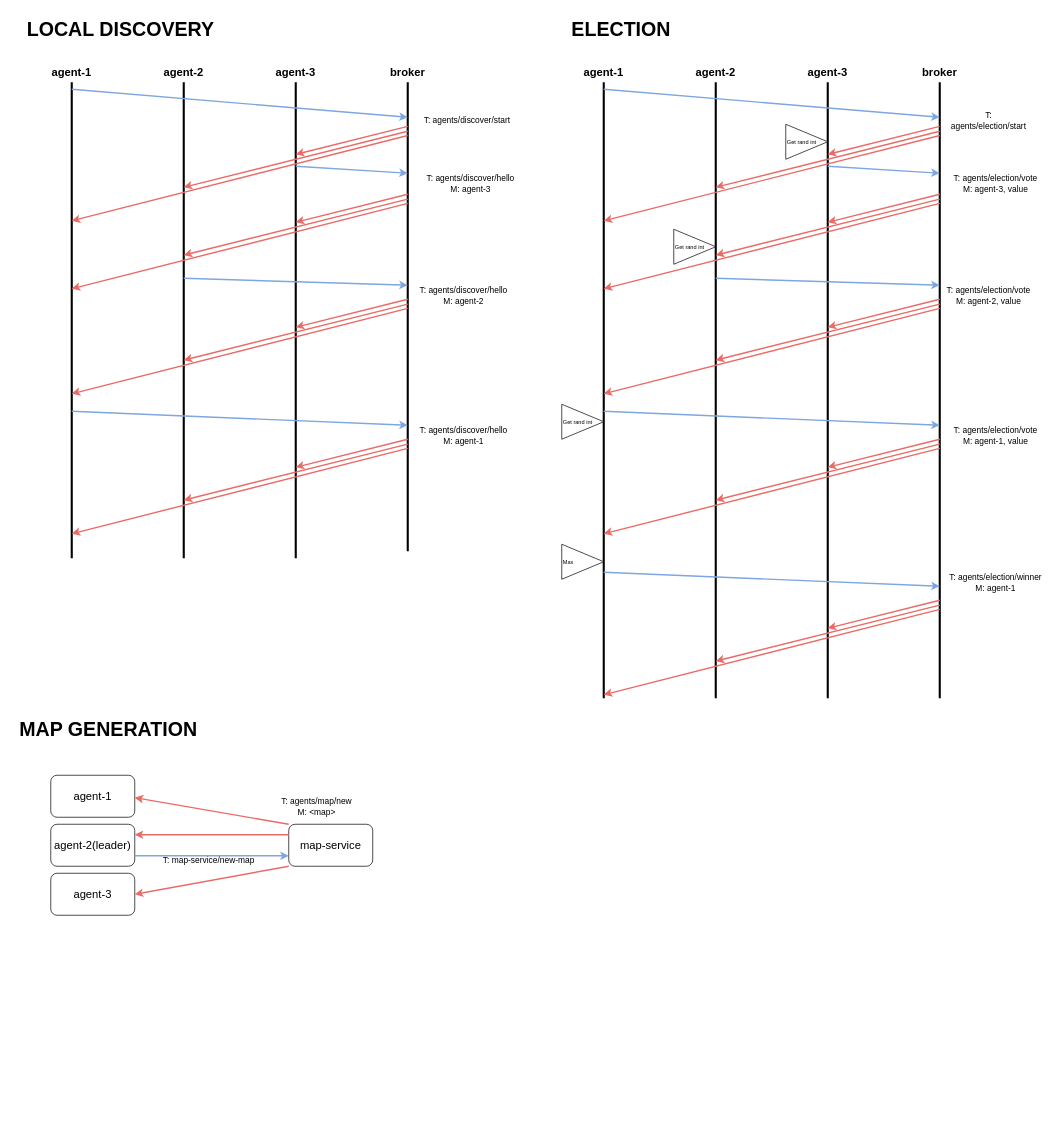
Earlier version of the draw.io diagram docs/diagrams/discovery_election.drawio (mactat/map-pacer). Source tidied: cells renumbered, new cells numbered last; positions are measured from the earlier drawing's top-left corner, leaving out a move shared by most shapes. Both pictures are drawn from the tidied source at 70%, with x=0, y=0 at pixel (12, 12).
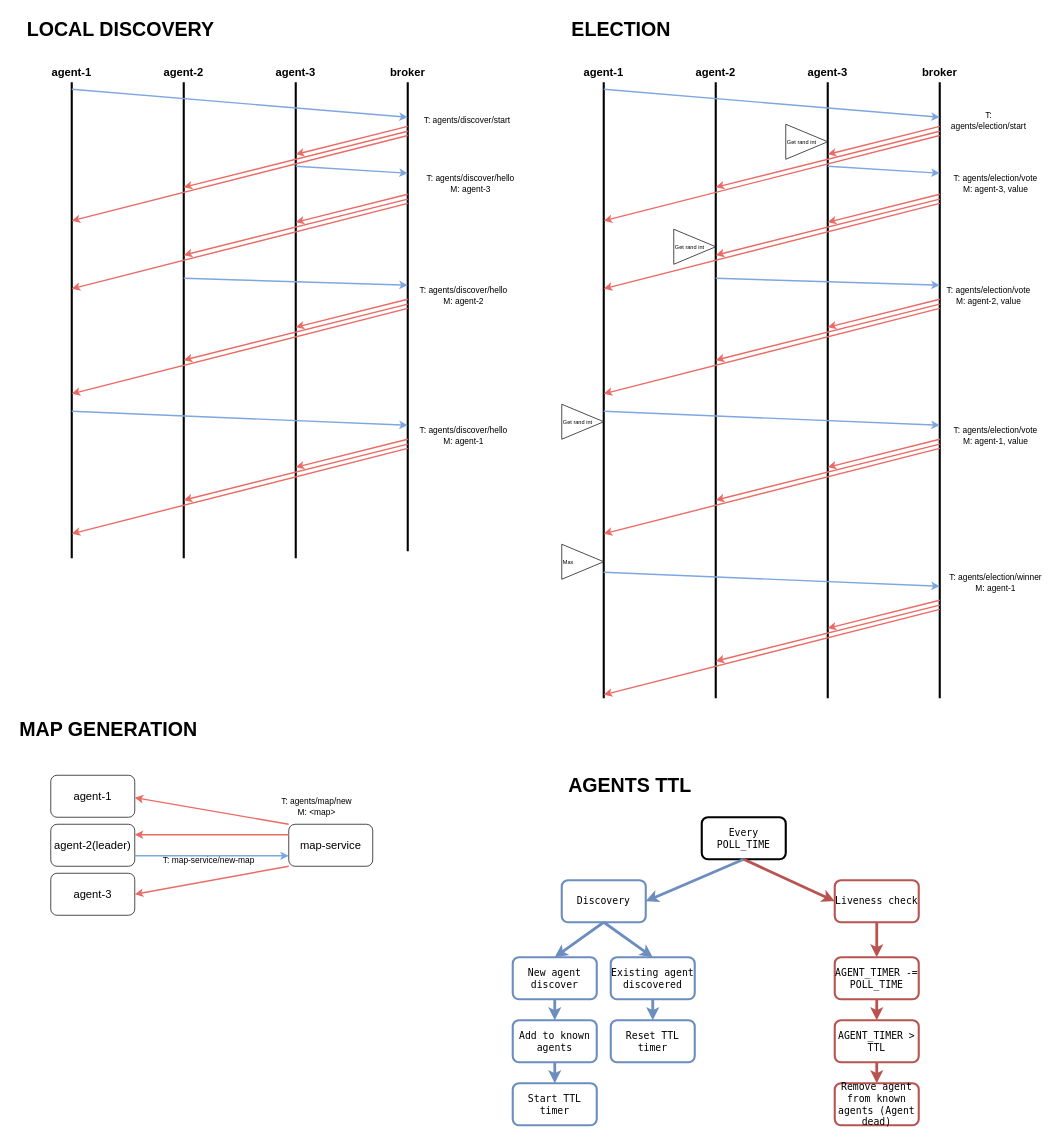
The same diagram, later.

What changed in the source:
```diff
@@
+    <mxCell id="80" value="&lt;b&gt;&lt;font style=&quot;font-size: 28px;&quot;&gt;AGENTS TTL&lt;/font&gt;&lt;/b&gt;" style="text;html=1;strokeColor=none;fillColor=none;align=center;verticalAlign=middle;whiteSpace=wrap;rounded=0;fontSize=16;" parent="1" vertex="1">
+      <mxGeometry x="745" y="1080" width="275" height="50" as="geometry" />
+    </mxCell>
+    <mxCell id="81" value="Discovery" style="rounded=1;whiteSpace=wrap;html=1;strokeWidth=3;fillColor=default;strokeColor=#6c8ebf;fontFamily=Lucida Console;fontSize=14;" parent="1" vertex="1">
+      <mxGeometry x="785" y="1240" width="120" height="60" as="geometry" />
+    </mxCell>
+    <mxCell id="82" style="edgeStyle=orthogonalEdgeStyle;rounded=0;jettySize=auto;html=1;entryX=0.5;entryY=0;entryDx=0;entryDy=0;strokeColor=#6c8ebf;strokeWidth=4;fillColor=#dae8fc;" parent="1" edge="1" source="83" target="86">
+      <mxGeometry relative="1" as="geometry" />
+    </mxCell>
+    <mxCell id="83" value="New agent discover" style="rounded=1;whiteSpace=wrap;html=1;strokeWidth=3;fillColor=default;strokeColor=#6c8ebf;fontFamily=Lucida Console;fontSize=14;" parent="1" vertex="1">
+      <mxGeometry x="715" y="1350" width="120" height="60" as="geometry" />
+    </mxCell>
+    <mxCell id="84" value="Start TTL timer" style="rounded=1;whiteSpace=wrap;html=1;strokeWidth=3;fillColor=default;strokeColor=#6c8ebf;fontFamily=Lucida Console;fontSize=14;" parent="1" vertex="1">
+      <mxGeometry x="715" y="1530" width="120" height="60" as="geometry" />
+    </mxCell>
+    <mxCell id="85" style="edgeStyle=orthogonalEdgeStyle;rounded=0;jettySize=auto;html=1;entryX=0.5;entryY=0;entryDx=0;entryDy=0;strokeColor=#6c8ebf;strokeWidth=4;fillColor=#dae8fc;" parent="1" edge="1" source="86" target="84">
+      <mxGeometry relative="1" as="geometry" />
+    </mxCell>
+    <mxCell id="86" value="Add to known agents" style="rounded=1;whiteSpace=wrap;html=1;strokeWidth=3;fillColor=default;strokeColor=#6c8ebf;fontFamily=Lucida Console;fontSize=14;" parent="1" vertex="1">
+      <mxGeometry x="715" y="1440" width="120" height="60" as="geometry" />
+    </mxCell>
+    <mxCell id="87" value="Every POLL_TIME" style="rounded=1;whiteSpace=wrap;html=1;strokeWidth=3;fontFamily=Lucida Console;fontSize=14;" parent="1" vertex="1">
+      <mxGeometry x="985" y="1150" width="120" height="60" as="geometry" />
+    </mxCell>
+    <mxCell id="88" style="edgeStyle=orthogonalEdgeStyle;rounded=0;jettySize=auto;html=1;entryX=0.5;entryY=0;entryDx=0;entryDy=0;strokeColor=#6c8ebf;strokeWidth=4;fillColor=#dae8fc;" parent="1" edge="1" source="89" target="90">
+      <mxGeometry relative="1" as="geometry" />
+    </mxCell>
+    <mxCell id="89" value="Existing agent discovered" style="rounded=1;whiteSpace=wrap;html=1;strokeWidth=3;fillColor=default;strokeColor=#6c8ebf;fontFamily=Lucida Console;fontSize=14;" parent="1" vertex="1">
+      <mxGeometry x="855" y="1350" width="120" height="60" as="geometry" />
+    </mxCell>
+    <mxCell id="90" value="Reset TTL timer" style="rounded=1;whiteSpace=wrap;html=1;strokeWidth=3;fillColor=default;strokeColor=#6c8ebf;fontFamily=Lucida Console;fontSize=14;" parent="1" vertex="1">
+      <mxGeometry x="855" y="1440" width="120" height="60" as="geometry" />
+    </mxCell>
+    <mxCell id="91" style="edgeStyle=orthogonalEdgeStyle;rounded=0;jettySize=auto;html=1;entryX=0.5;entryY=0;entryDx=0;entryDy=0;strokeColor=#b85450;strokeWidth=4;fillColor=#f8cecc;" parent="1" edge="1" source="92" target="101">
+      <mxGeometry relative="1" as="geometry" />
+    </mxCell>
+    <mxCell id="92" value="Liveness check" style="rounded=1;whiteSpace=wrap;html=1;strokeWidth=3;fillColor=default;strokeColor=#b85450;fontFamily=Lucida Console;fontSize=14;" parent="1" vertex="1">
+      <mxGeometry x="1175" y="1240" width="120" height="60" as="geometry" />
+    </mxCell>
+    <mxCell id="93" style="edgeStyle=orthogonalEdgeStyle;rounded=0;jettySize=auto;html=1;entryX=0.5;entryY=0;entryDx=0;entryDy=0;strokeColor=#b85450;strokeWidth=4;fillColor=#f8cecc;" parent="1" edge="1" source="94" target="95">
+      <mxGeometry relative="1" as="geometry" />
+    </mxCell>
+    <mxCell id="94" value="AGENT_TIMER &amp;gt; TTL" style="rounded=1;whiteSpace=wrap;html=1;strokeWidth=3;fillColor=default;strokeColor=#b85450;fontFamily=Lucida Console;fontSize=14;" parent="1" vertex="1">
+      <mxGeometry x="1175" y="1440" width="120" height="60" as="geometry" />
+    </mxCell>
+    <mxCell id="95" value="Remove agent from known agents (Agent dead)" style="rounded=1;whiteSpace=wrap;html=1;strokeWidth=3;fillColor=default;strokeColor=#b85450;fontFamily=Lucida Console;fontSize=14;" parent="1" vertex="1">
+      <mxGeometry x="1175" y="1530" width="120" height="60" as="geometry" />
+    </mxCell>
+    <mxCell id="96" style="endArrow=classic;html=1;rounded=0;exitX=0.5;exitY=1;exitDx=0;exitDy=0;entryX=1;entryY=0.5;entryDx=0;entryDy=0;strokeWidth=4;fillColor=#dae8fc;strokeColor=#6c8ebf;" parent="1" edge="1" source="87" target="81">
+      <mxGeometry relative="1" as="geometry" />
+    </mxCell>
+    <mxCell id="97" style="endArrow=classic;html=1;rounded=0;exitX=0.5;exitY=1;exitDx=0;exitDy=0;entryX=0;entryY=0.5;entryDx=0;entryDy=0;strokeColor=#b85450;strokeWidth=4;fillColor=#f8cecc;" parent="1" edge="1" source="87" target="92">
+      <mxGeometry relative="1" as="geometry" />
+    </mxCell>
+    <mxCell id="98" style="endArrow=classic;html=1;rounded=0;exitX=0.5;exitY=1;exitDx=0;exitDy=0;entryX=0.5;entryY=0;entryDx=0;entryDy=0;strokeColor=#6c8ebf;strokeWidth=4;fillColor=#dae8fc;" parent="1" edge="1" target="83">
+      <mxGeometry relative="1" as="geometry">
+        <mxPoint x="845" y="1300" as="sourcePoint" />
+      </mxGeometry>
+    </mxCell>
+    <mxCell id="99" style="endArrow=classic;html=1;rounded=0;exitX=0.5;exitY=1;exitDx=0;exitDy=0;entryX=0.5;entryY=0;entryDx=0;entryDy=0;strokeColor=#6c8ebf;strokeWidth=4;fillColor=#dae8fc;" parent="1" edge="1" source="81" target="89">
+      <mxGeometry relative="1" as="geometry" />
+    </mxCell>
+    <mxCell id="100" style="edgeStyle=orthogonalEdgeStyle;rounded=0;jettySize=auto;html=1;exitX=0.5;exitY=1;exitDx=0;exitDy=0;entryX=0.5;entryY=0;entryDx=0;entryDy=0;strokeWidth=4;fontFamily=Helvetica;fontSize=11;strokeColor=#b85450;fillColor=#f8cecc;" parent="1" edge="1" source="101" target="94">
+      <mxGeometry relative="1" as="geometry" />
+    </mxCell>
+    <mxCell id="101" value="AGENT_TIMER -= POLL_TIME" style="rounded=1;whiteSpace=wrap;html=1;strokeWidth=3;fillColor=default;strokeColor=#b85450;fontFamily=Lucida Console;fontSize=14;" parent="1" vertex="1">
+      <mxGeometry x="1175" y="1350" width="120" height="60" as="geometry" />
+    </mxCell>
```
